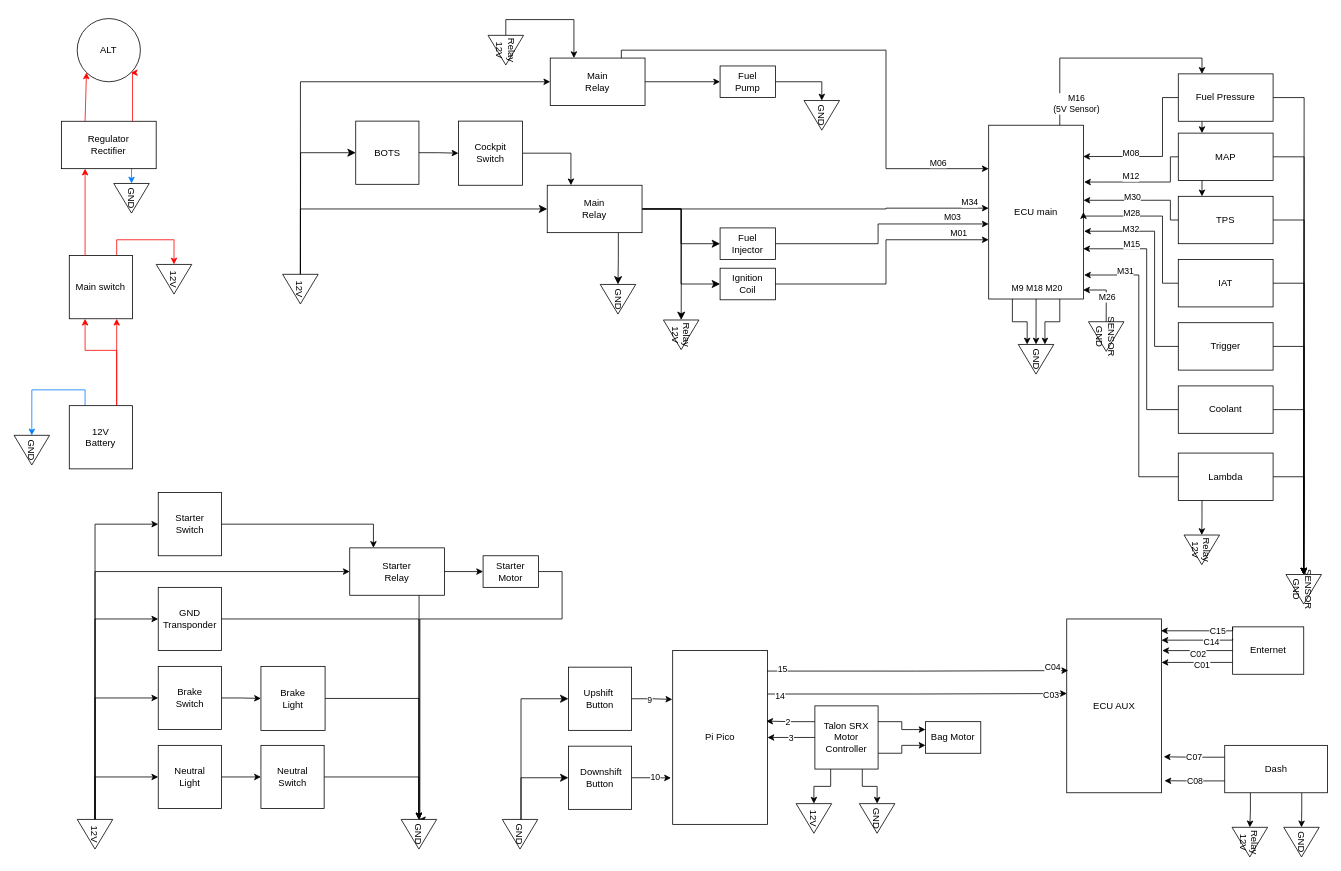
Above: electrical/wiringDiagram.drawio in czetch/vandymotorsports (draw.io), before the change. Source tidied: cells renumbered, new cells numbered last; positions are measured from the earlier drawing's top-left corner, leaving out a move shared by most shapes. Both pictures are drawn from the tidied source at 79%, with x=0, y=0 at pixel (17, 18).
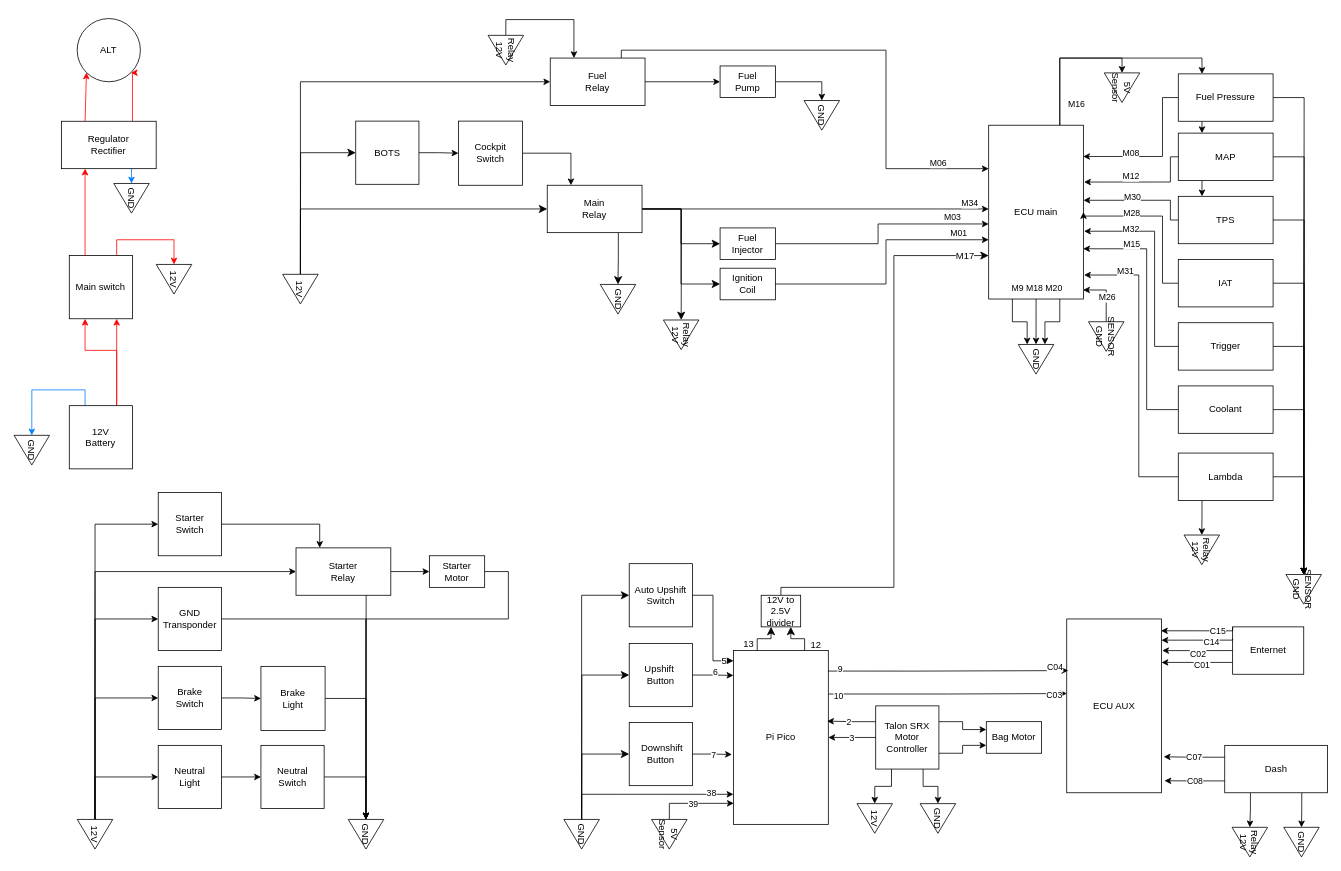
After the change.

Commit message (it also covers changes not shown here):
added pi pico and autoshift wiring to electrical

The change refers to these unchanged cells:
```xml
<mxCell id="2" value="&lt;div&gt;ECU main&lt;/div&gt;" style="rounded=0;whiteSpace=wrap;html=1;" parent="1" vertex="1">
  <mxGeometry x="1230" y="135" width="120" height="220" as="geometry" />
</mxCell>
<mxCell id="22" style="edgeStyle=orthogonalEdgeStyle;rounded=0;jettySize=auto;html=1;exitX=0.75;exitY=0;exitDx=0;exitDy=0;entryX=0.25;entryY=0;entryDx=0;entryDy=0;" parent="1" edge="1" source="2" target="18">
  <mxGeometry relative="1" as="geometry" />
</mxCell>
<mxCell id="34" value="&lt;div&gt;Main&lt;/div&gt;&lt;div&gt;Relay&lt;br&gt;&lt;/div&gt;" style="whiteSpace=wrap;html=1;" parent="1" vertex="1">
  <mxGeometry x="671.2" y="211" width="120" height="60" as="geometry" />
</mxCell>
<mxCell id="57" value="GND Transponder" style="whiteSpace=wrap;html=1;" parent="1" vertex="1">
  <mxGeometry x="178.8" y="720" width="80" height="80" as="geometry" />
</mxCell>
<mxCell id="61" value="&lt;div&gt;Brake&lt;/div&gt;&lt;div&gt;Light&lt;br&gt;&lt;/div&gt;" style="whiteSpace=wrap;html=1;" parent="1" vertex="1">
  <mxGeometry x="308.8" y="820" width="81.2" height="81.2" as="geometry" />
</mxCell>
<mxCell id="156" style="edgeStyle=orthogonalEdgeStyle;rounded=0;jettySize=auto;html=1;exitX=0.996;exitY=0.118;exitDx=0;exitDy=0;entryX=0.016;entryY=0.297;entryDx=0;entryDy=0;entryPerimeter=0;exitPerimeter=0;" parent="1" edge="1" source="139" target="28">
  <mxGeometry relative="1" as="geometry">
    <Array as="points">
      <mxPoint x="1139" y="825" />
    </Array>
  </mxGeometry>
</mxCell>
<mxCell id="159" style="edgeStyle=orthogonalEdgeStyle;rounded=0;jettySize=auto;html=1;exitX=1;exitY=0.25;exitDx=0;exitDy=0;entryX=0.002;entryY=0.429;entryDx=0;entryDy=0;entryPerimeter=0;" parent="1" edge="1" source="139" target="28">
  <mxGeometry relative="1" as="geometry" />
</mxCell>
```

Change to the diagram source:
```diff
@@
+    <mxCell id="162" style="edgeStyle=orthogonalEdgeStyle;rounded=0;jettySize=auto;html=1;exitX=0.75;exitY=0;exitDx=0;exitDy=0;entryX=0;entryY=0.5;entryDx=0;entryDy=0;" parent="1" edge="1" source="2" target="168">
+      <mxGeometry relative="1" as="geometry">
+        <Array as="points">
+          <mxPoint x="1320" y="50" />
+          <mxPoint x="1399" y="50" />
+        </Array>
+      </mxGeometry>
+    </mxCell>
@@
-    <mxCell id="23" value="&lt;div&gt;M16&lt;/div&gt;&lt;div&gt;(5V Sensor)&lt;/div&gt;" style="edgeLabel;html=1;align=center;verticalAlign=middle;" parent="22" vertex="1">
+    <mxCell id="23" value="&lt;div&gt;M16&lt;/div&gt;" style="edgeLabel;html=1;align=center;verticalAlign=middle;" parent="22" vertex="1">
       <mxGeometry x="-0.8" y="-1" relative="1" as="geometry">
         <mxPoint x="19" as="offset" />
       </mxGeometry>
     </mxCell>
@@
     <mxCell id="35" style="edgeStyle=orthogonalEdgeStyle;rounded=0;jettySize=auto;html=1;exitX=0.75;exitY=1;exitDx=0;exitDy=0;" parent="1" edge="1" source="37" target="83">
       <mxGeometry relative="1" as="geometry">
         <Array as="points">
-          <mxPoint x="509" y="690" />
+          <mxPoint x="443" y="690" />
+          <mxPoint x="442" y="690" />
         </Array>
       </mxGeometry>
     </mxCell>
@@
     <mxCell id="37" value="&lt;div&gt;Starter&lt;br&gt;&lt;/div&gt;&lt;div&gt;Relay&lt;br&gt;&lt;/div&gt;" style="whiteSpace=wrap;html=1;" parent="1" vertex="1">
-      <mxGeometry x="421.2" y="670" width="120" height="60" as="geometry" />
+      <mxGeometry x="353.2" y="670" width="120" height="60" as="geometry" />
     </mxCell>
@@
     <mxCell id="56" style="edgeStyle=orthogonalEdgeStyle;rounded=0;jettySize=auto;html=1;exitX=1;exitY=0.5;exitDx=0;exitDy=0;entryX=0;entryY=0.5;entryDx=0;entryDy=0;" parent="1" edge="1" source="57" target="83">
-      <mxGeometry relative="1" as="geometry" />
+      <mxGeometry relative="1" as="geometry">
+        <Array as="points">
+          <mxPoint x="442" y="760" />
+          <mxPoint x="442" y="1014" />
+        </Array>
+      </mxGeometry>
     </mxCell>
@@
     <mxCell id="60" style="edgeStyle=orthogonalEdgeStyle;rounded=0;jettySize=auto;html=1;exitX=1;exitY=0.5;exitDx=0;exitDy=0;entryX=0;entryY=0.5;entryDx=0;entryDy=0;" parent="1" edge="1" source="61" target="83">
       <mxGeometry relative="1" as="geometry">
         <Array as="points">
-          <mxPoint x="509" y="861" />
+          <mxPoint x="442" y="861" />
         </Array>
       </mxGeometry>
     </mxCell>
@@
     <mxCell id="62" style="edgeStyle=orthogonalEdgeStyle;rounded=0;jettySize=auto;html=1;exitX=1;exitY=0.5;exitDx=0;exitDy=0;entryX=0;entryY=0.5;entryDx=0;entryDy=0;" parent="1" edge="1" source="63" target="83">
       <mxGeometry relative="1" as="geometry">
         <Array as="points">
-          <mxPoint x="690" y="700" />
-          <mxPoint x="690" y="760" />
-          <mxPoint x="510" y="760" />
-          <mxPoint x="510" y="1014" />
+          <mxPoint x="622" y="700" />
+          <mxPoint x="622" y="760" />
+          <mxPoint x="442" y="760" />
+          <mxPoint x="442" y="1014" />
         </Array>
       </mxGeometry>
     </mxCell>
     <mxCell id="63" value="&lt;div&gt;Starter&lt;/div&gt;&lt;div&gt;Motor&lt;/div&gt;" style="rounded=0;whiteSpace=wrap;html=1;" parent="1" vertex="1">
-      <mxGeometry x="590" y="680" width="70" height="40" as="geometry" />
+      <mxGeometry x="522" y="680" width="70" height="40" as="geometry" />
     </mxCell>
@@
     <mxCell id="83" value="&lt;div&gt;GND&lt;/div&gt;" style="triangle;whiteSpace=wrap;html=1;rotation=90;" parent="1" vertex="1">
-      <mxGeometry x="490" y="1010" width="37.5" height="45" as="geometry" />
+      <mxGeometry x="423" y="1010" width="37.5" height="45" as="geometry" />
     </mxCell>
@@
     <mxCell id="107" style="edgeStyle=orthogonalEdgeStyle;rounded=0;jettySize=auto;html=1;exitX=1;exitY=0.5;exitDx=0;exitDy=0;" parent="1" edge="1" source="34" target="2">
       <mxGeometry relative="1" as="geometry">
         <Array as="points">
-          <mxPoint x="1100" y="240" />
+          <mxPoint x="1170" y="241" />
+          <mxPoint x="1170" y="241" />
         </Array>
       </mxGeometry>
     </mxCell>
@@
     <mxCell id="126" value="Upshift&amp;nbsp; Button" style="whiteSpace=wrap;html=1;" parent="1" vertex="1">
-      <mxGeometry x="698" y="821" width="80" height="80" as="geometry" />
+      <mxGeometry x="775" y="791" width="80" height="80" as="geometry" />
     </mxCell>
     <mxCell id="127" value="&amp;nbsp;Downshift Button" style="whiteSpace=wrap;html=1;" parent="1" vertex="1">
-      <mxGeometry x="698" y="921" width="80" height="80" as="geometry" />
+      <mxGeometry x="775" y="891" width="80" height="80" as="geometry" />
     </mxCell>
     <mxCell id="128" style="edgeStyle=elbowEdgeStyle;rounded=0;jettySize=auto;html=1;exitX=0;exitY=0.5;exitDx=0;exitDy=0;entryX=0;entryY=0.5;entryDx=0;entryDy=0;fontSize=12;startSize=8;endSize=8;" parent="1" edge="1" source="130" target="127">
       <mxGeometry relative="1" as="geometry">
         <Array as="points">
-          <mxPoint x="638" y="970" />
+          <mxPoint x="715" y="970" />
         </Array>
       </mxGeometry>
     </mxCell>
     <mxCell id="129" style="edgeStyle=elbowEdgeStyle;rounded=0;jettySize=auto;html=1;exitX=0;exitY=0.5;exitDx=0;exitDy=0;entryX=0;entryY=0.5;entryDx=0;entryDy=0;fontSize=12;startSize=8;endSize=8;" parent="1" edge="1" source="130" target="126">
       <mxGeometry relative="1" as="geometry">
         <Array as="points">
-          <mxPoint x="638" y="910" />
+          <mxPoint x="715" y="910" />
         </Array>
       </mxGeometry>
     </mxCell>
+    <mxCell id="163" style="edgeStyle=elbowEdgeStyle;rounded=0;jettySize=auto;html=1;exitX=0;exitY=0.5;exitDx=0;exitDy=0;entryX=0;entryY=0.5;entryDx=0;entryDy=0;fontSize=12;startSize=8;endSize=8;elbow=vertical;" parent="1" edge="1" source="130" target="178">
+      <mxGeometry relative="1" as="geometry">
+        <Array as="points">
+          <mxPoint x="740" y="730" />
+        </Array>
+      </mxGeometry>
+    </mxCell>
     <mxCell id="130" value="&lt;div&gt;GND&lt;/div&gt;" style="triangle;whiteSpace=wrap;html=1;rotation=90;" parent="1" vertex="1">
-      <mxGeometry x="618" y="1010" width="37.5" height="45" as="geometry" />
+      <mxGeometry x="696" y="1010" width="37.5" height="45" as="geometry" />
     </mxCell>
@@
-    <mxCell id="135" value="&lt;div&gt;Main&lt;/div&gt;&lt;div&gt;Relay&lt;br&gt;&lt;/div&gt;" style="whiteSpace=wrap;html=1;" parent="1" vertex="1">
+    <mxCell id="135" value="&lt;div&gt;Fuel&lt;/div&gt;&lt;div&gt;Relay&lt;/div&gt;" style="whiteSpace=wrap;html=1;" parent="1" vertex="1">
       <mxGeometry x="675" y="50" width="120" height="60" as="geometry" />
     </mxCell>
@@
+    <mxCell id="164" style="edgeStyle=elbowEdgeStyle;rounded=0;jettySize=auto;html=1;exitX=0.25;exitY=0;exitDx=0;exitDy=0;entryX=0.25;entryY=1;entryDx=0;entryDy=0;fontSize=12;startSize=8;endSize=8;elbow=vertical;" parent="1" edge="1" source="139" target="181">
+      <mxGeometry relative="1" as="geometry" />
+    </mxCell>
+    <mxCell id="165" value="13" style="edgeLabel;html=1;align=center;verticalAlign=middle;fontSize=12;" parent="164" vertex="1">
+      <mxGeometry x="-0.65" relative="1" as="geometry">
+        <mxPoint x="-12" y="-1" as="offset" />
+      </mxGeometry>
+    </mxCell>
+    <mxCell id="166" style="edgeStyle=elbowEdgeStyle;rounded=0;jettySize=auto;html=1;exitX=0.75;exitY=0;exitDx=0;exitDy=0;entryX=0.75;entryY=1;entryDx=0;entryDy=0;fontSize=12;startSize=8;endSize=8;elbow=vertical;" parent="1" edge="1" source="139" target="181">
+      <mxGeometry relative="1" as="geometry" />
+    </mxCell>
+    <mxCell id="167" value="12" style="edgeLabel;html=1;align=center;verticalAlign=middle;fontSize=12;" parent="166" vertex="1">
+      <mxGeometry x="-0.77" y="1" relative="1" as="geometry">
+        <mxPoint x="14" y="-3" as="offset" />
+      </mxGeometry>
+    </mxCell>
     <mxCell id="139" value="&lt;div&gt;Pi Pico&lt;/div&gt;" style="rounded=0;whiteSpace=wrap;html=1;" parent="1" vertex="1">
-      <mxGeometry x="830" y="800" width="120" height="220" as="geometry" />
+      <mxGeometry x="907" y="800" width="120" height="220" as="geometry" />
     </mxCell>
@@
     <mxCell id="144" value="&lt;div&gt;Talon SRX&lt;/div&gt;&lt;div&gt;Motor Controller&lt;br&gt;&lt;/div&gt;" style="whiteSpace=wrap;html=1;" parent="1" vertex="1">
-      <mxGeometry x="1010" y="870" width="80" height="80" as="geometry" />
+      <mxGeometry x="1087" y="870" width="80" height="80" as="geometry" />
     </mxCell>
     <mxCell id="145" value="Bag Motor" style="rounded=0;whiteSpace=wrap;html=1;" parent="1" vertex="1">
-      <mxGeometry x="1150" y="890" width="70" height="40" as="geometry" />
+      <mxGeometry x="1227" y="890" width="70" height="40" as="geometry" />
     </mxCell>
@@
     <mxCell id="150" value="&lt;div&gt;GND&lt;/div&gt;" style="triangle;whiteSpace=wrap;html=1;rotation=90;" parent="1" vertex="1">
-      <mxGeometry x="1070" y="990" width="37.5" height="45" as="geometry" />
+      <mxGeometry x="1147" y="990" width="37.5" height="45" as="geometry" />
     </mxCell>
     <mxCell id="151" value="&lt;div&gt;12V&lt;/div&gt;" style="triangle;whiteSpace=wrap;html=1;rotation=90;" parent="1" vertex="1">
-      <mxGeometry x="990" y="990" width="37.5" height="45" as="geometry" />
+      <mxGeometry x="1067" y="990" width="37.5" height="45" as="geometry" />
     </mxCell>
-    <mxCell id="152" style="edgeStyle=orthogonalEdgeStyle;rounded=0;jettySize=auto;html=1;exitX=1;exitY=0.5;exitDx=0;exitDy=0;entryX=-0.004;entryY=0.281;entryDx=0;entryDy=0;entryPerimeter=0;" parent="1" edge="1" source="126" target="139">
-      <mxGeometry relative="1" as="geometry" />
-    </mxCell>
-    <mxCell id="153" value="9" style="edgeLabel;html=1;align=center;verticalAlign=middle;" parent="152" vertex="1">
-      <mxGeometry x="-0.16" y="-1" relative="1" as="geometry" />
-    </mxCell>
-    <mxCell id="154" style="edgeStyle=orthogonalEdgeStyle;rounded=0;jettySize=auto;html=1;exitX=1;exitY=0.5;exitDx=0;exitDy=0;entryX=-0.018;entryY=0.733;entryDx=0;entryDy=0;entryPerimeter=0;" parent="1" edge="1" source="127" target="139">
-      <mxGeometry relative="1" as="geometry" />
-    </mxCell>
-    <mxCell id="155" value="10" style="edgeLabel;html=1;align=center;verticalAlign=middle;" parent="154" vertex="1">
-      <mxGeometry x="0.2" y="2" relative="1" as="geometry" />
-    </mxCell>
@@
-    <mxCell id="157" value="15" style="edgeLabel;html=1;align=center;verticalAlign=middle;" parent="156" vertex="1">
+    <mxCell id="157" value="9" style="edgeLabel;html=1;align=center;verticalAlign=middle;" parent="156" vertex="1">
       <mxGeometry x="-0.9" y="2" relative="1" as="geometry" />
     </mxCell>
@@
-    <mxCell id="160" value="&lt;div&gt;14&lt;/div&gt;" style="edgeLabel;html=1;align=center;verticalAlign=middle;" parent="159" vertex="1">
+    <mxCell id="160" value="10" style="edgeLabel;html=1;align=center;verticalAlign=middle;" parent="159" vertex="1">
       <mxGeometry x="-0.92" y="-2" relative="1" as="geometry" />
     </mxCell>
@@
+    <mxCell id="168" value="5V Sensor" style="triangle;whiteSpace=wrap;html=1;rotation=90;" parent="1" vertex="1">
+      <mxGeometry x="1380" y="65" width="37.5" height="45" as="geometry" />
+    </mxCell>
+    <mxCell id="169" style="edgeStyle=orthogonalEdgeStyle;rounded=0;jettySize=auto;html=1;exitX=0;exitY=0.5;exitDx=0;exitDy=0;entryX=0.003;entryY=0.879;entryDx=0;entryDy=0;entryPerimeter=0;" parent="1" edge="1" source="171" target="139">
+      <mxGeometry relative="1" as="geometry" />
+    </mxCell>
+    <mxCell id="170" value="39" style="edgeLabel;html=1;align=center;verticalAlign=middle;" parent="169" vertex="1">
+      <mxGeometry x="-0.01" relative="1" as="geometry" />
+    </mxCell>
+    <mxCell id="171" value="5V Sensor" style="triangle;whiteSpace=wrap;html=1;rotation=90;" parent="1" vertex="1">
+      <mxGeometry x="807" y="1010" width="37.5" height="45" as="geometry" />
+    </mxCell>
+    <mxCell id="152" style="edgeStyle=orthogonalEdgeStyle;rounded=0;jettySize=auto;html=1;exitX=1;exitY=0.5;exitDx=0;exitDy=0;entryX=-0.001;entryY=0.143;entryDx=0;entryDy=0;entryPerimeter=0;" parent="1" edge="1" source="126" target="139">
+      <mxGeometry relative="1" as="geometry" />
+    </mxCell>
+    <mxCell id="172" value="6" style="edgeLabel;html=1;align=center;verticalAlign=middle;" parent="152" vertex="1">
+      <mxGeometry x="0.09" y="4" relative="1" as="geometry" />
+    </mxCell>
+    <mxCell id="154" style="edgeStyle=orthogonalEdgeStyle;rounded=0;jettySize=auto;html=1;exitX=1;exitY=0.5;exitDx=0;exitDy=0;entryX=-0.017;entryY=0.598;entryDx=0;entryDy=0;entryPerimeter=0;" parent="1" edge="1" source="127" target="139">
+      <mxGeometry relative="1" as="geometry" />
+    </mxCell>
+    <mxCell id="173" value="7" style="edgeLabel;html=1;align=center;verticalAlign=middle;" parent="154" vertex="1">
+      <mxGeometry x="0.05" y="-1" relative="1" as="geometry">
+        <mxPoint y="-1" as="offset" />
+      </mxGeometry>
+    </mxCell>
+    <mxCell id="174" style="edgeStyle=orthogonalEdgeStyle;rounded=0;jettySize=auto;html=1;exitX=0;exitY=0.5;exitDx=0;exitDy=0;entryX=-0.001;entryY=0.827;entryDx=0;entryDy=0;entryPerimeter=0;" parent="1" edge="1" source="130" target="139">
+      <mxGeometry relative="1" as="geometry" />
+    </mxCell>
+    <mxCell id="175" value="&lt;div&gt;38&lt;/div&gt;" style="edgeLabel;html=1;align=center;verticalAlign=middle;" parent="174" vertex="1">
+      <mxGeometry x="0.75" y="1" relative="1" as="geometry" />
+    </mxCell>
+    <mxCell id="176" style="edgeStyle=elbowEdgeStyle;rounded=0;jettySize=auto;html=1;exitX=1;exitY=0.5;exitDx=0;exitDy=0;fontSize=12;startSize=8;endSize=8;entryX=0;entryY=0.059;entryDx=0;entryDy=0;entryPerimeter=0;" parent="1" edge="1" source="178" target="139">
+      <mxGeometry relative="1" as="geometry" />
+    </mxCell>
+    <mxCell id="177" value="5" style="edgeLabel;html=1;align=center;verticalAlign=middle;fontSize=12;" parent="176" vertex="1">
+      <mxGeometry x="0.81" y="-1" relative="1" as="geometry" />
+    </mxCell>
+    <mxCell id="178" value="&lt;div&gt;Auto Upshift&lt;/div&gt;&lt;div&gt;Switch&lt;br&gt;&lt;/div&gt;" style="whiteSpace=wrap;html=1;" parent="1" vertex="1">
+      <mxGeometry x="775" y="690" width="80" height="80" as="geometry" />
+    </mxCell>
+    <mxCell id="179" style="edgeStyle=orthogonalEdgeStyle;rounded=0;jettySize=auto;html=1;exitX=0.5;exitY=0;exitDx=0;exitDy=0;entryX=0;entryY=0.75;entryDx=0;entryDy=0;fontSize=12;startSize=8;endSize=8;" parent="1" edge="1" source="181" target="2">
+      <mxGeometry relative="1" as="geometry">
+        <Array as="points">
+          <mxPoint x="967" y="720" />
+          <mxPoint x="1110" y="720" />
+          <mxPoint x="1110" y="300" />
+        </Array>
+      </mxGeometry>
+    </mxCell>
+    <mxCell id="180" value="M17" style="edgeLabel;html=1;align=center;verticalAlign=middle;fontSize=12;" parent="179" vertex="1">
+      <mxGeometry x="0.91" relative="1" as="geometry" />
+    </mxCell>
+    <mxCell id="181" value="12V to 2.5V divider" style="rounded=0;whiteSpace=wrap;html=1;" parent="1" vertex="1">
+      <mxGeometry x="942" y="730" width="50" height="40" as="geometry" />
+    </mxCell>
```
